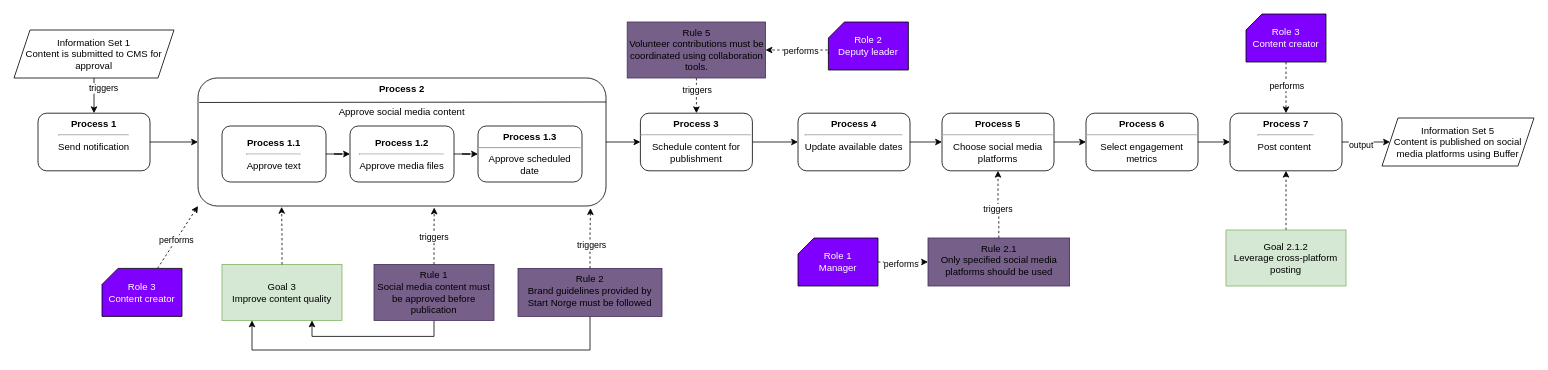
Above: page "Redesigned Business Process model" (12 of 14) of 4EM.drawio in marhjoh/TDT4252-Enterprise-Architecture-for-Enterprise-Innovation (draw.io), before the change. Source tidied: cells renumbered, new cells numbered last; positions are measured from the earlier drawing's top-left corner, leaving out a move shared by most shapes. Both pictures are drawn from the tidied source at 80%, with x=0, y=0 at pixel (14, 14).
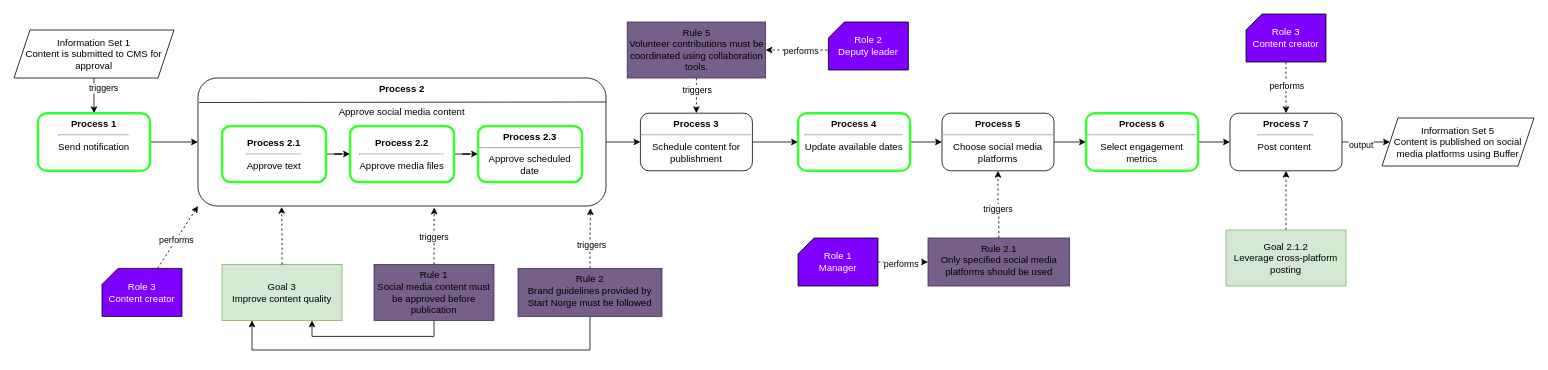
The same diagram, later.

What changed in the source:
```diff
@@
-    <mxCell id="8" value="&lt;b&gt;Process 1.2&lt;/b&gt;&lt;hr&gt;Approve media files&lt;div&gt;&lt;/div&gt;" style="rounded=1;whiteSpace=wrap;html=1;" parent="1" vertex="1">
+    <mxCell id="8" value="&lt;b&gt;Process 2.2&lt;/b&gt;&lt;hr&gt;Approve media files&lt;div&gt;&lt;/div&gt;" style="rounded=1;whiteSpace=wrap;html=1;strokeColor=#33FF33;strokeWidth=3;" parent="1" vertex="1">
       <mxGeometry x="420" y="140" width="130" height="70" as="geometry" />
     </mxCell>
@@
-    <mxCell id="10" value="&lt;b&gt;Process 1.1&lt;/b&gt;&lt;hr&gt;Approve text&lt;div&gt;&lt;/div&gt;" style="rounded=1;whiteSpace=wrap;html=1;" parent="1" vertex="1">
+    <mxCell id="10" value="&lt;b&gt;Process 2.1&lt;/b&gt;&lt;hr&gt;Approve text&lt;div&gt;&lt;/div&gt;" style="rounded=1;whiteSpace=wrap;html=1;strokeColor=#33FF33;strokeWidth=3;" parent="1" vertex="1">
       <mxGeometry x="260" y="140" width="130" height="70" as="geometry" />
     </mxCell>
@@
-    <mxCell id="14" value="&lt;b&gt;Process 1.3&lt;/b&gt;&lt;hr&gt;Approve scheduled date&lt;div&gt;&lt;/div&gt;" style="rounded=1;whiteSpace=wrap;html=1;" parent="1" vertex="1">
+    <mxCell id="14" value="&lt;b&gt;Process 2.3&lt;/b&gt;&lt;hr&gt;Approve scheduled date&lt;div&gt;&lt;/div&gt;" style="rounded=1;whiteSpace=wrap;html=1;strokeColor=#33FF33;strokeWidth=3;" parent="1" vertex="1">
       <mxGeometry x="580" y="140" width="130" height="70" as="geometry" />
     </mxCell>
@@
-    <mxCell id="41" value="&lt;b&gt;Process 1&lt;/b&gt;&lt;hr&gt;&lt;div&gt;&lt;span style=&quot;background-color: initial;&quot;&gt;Send notification&lt;/span&gt;&lt;br&gt;&lt;/div&gt;&lt;div&gt;&lt;div&gt;&lt;/div&gt;&lt;/div&gt;" style="rounded=1;whiteSpace=wrap;html=1;verticalAlign=top;" parent="1" vertex="1">
+    <mxCell id="41" value="&lt;b&gt;Process 1&lt;/b&gt;&lt;hr&gt;&lt;div&gt;&lt;span style=&quot;background-color: initial;&quot;&gt;Send notification&lt;/span&gt;&lt;br&gt;&lt;/div&gt;&lt;div&gt;&lt;div&gt;&lt;/div&gt;&lt;/div&gt;" style="rounded=1;whiteSpace=wrap;html=1;verticalAlign=top;strokeColor=#33FF33;strokeWidth=3;" parent="1" vertex="1">
       <mxGeometry x="30" y="124" width="140" height="72" as="geometry" />
     </mxCell>
@@
-    <mxCell id="46" value="&lt;b&gt;Process 4&lt;/b&gt;&lt;hr&gt;&lt;div&gt;&lt;span style=&quot;background-color: initial;&quot;&gt;Update available dates&lt;/span&gt;&lt;br&gt;&lt;/div&gt;&lt;div&gt;&lt;div&gt;&lt;/div&gt;&lt;/div&gt;" style="rounded=1;whiteSpace=wrap;html=1;verticalAlign=top;" parent="1" vertex="1">
+    <mxCell id="46" value="&lt;b&gt;Process 4&lt;/b&gt;&lt;hr&gt;&lt;div&gt;&lt;span style=&quot;background-color: initial;&quot;&gt;Update available dates&lt;/span&gt;&lt;br&gt;&lt;/div&gt;&lt;div&gt;&lt;div&gt;&lt;/div&gt;&lt;/div&gt;" style="rounded=1;whiteSpace=wrap;html=1;verticalAlign=top;strokeColor=#33FF33;strokeWidth=3;" parent="1" vertex="1">
       <mxGeometry x="980" y="124" width="140" height="72" as="geometry" />
     </mxCell>
@@
-    <mxCell id="50" value="&lt;b&gt;Process 6&lt;/b&gt;&lt;hr&gt;&lt;div&gt;&lt;span style=&quot;background-color: initial;&quot;&gt;Select engagement metrics&lt;/span&gt;&lt;br&gt;&lt;/div&gt;&lt;div&gt;&lt;div&gt;&lt;/div&gt;&lt;/div&gt;" style="rounded=1;whiteSpace=wrap;html=1;verticalAlign=top;" parent="1" vertex="1">
+    <mxCell id="50" value="&lt;b&gt;Process 6&lt;/b&gt;&lt;hr&gt;&lt;div&gt;&lt;span style=&quot;background-color: initial;&quot;&gt;Select engagement metrics&lt;/span&gt;&lt;br&gt;&lt;/div&gt;&lt;div&gt;&lt;div&gt;&lt;/div&gt;&lt;/div&gt;" style="rounded=1;whiteSpace=wrap;html=1;verticalAlign=top;strokeColor=#33FF33;strokeWidth=3;" parent="1" vertex="1">
       <mxGeometry x="1340" y="124" width="140" height="72" as="geometry" />
     </mxCell>
```
